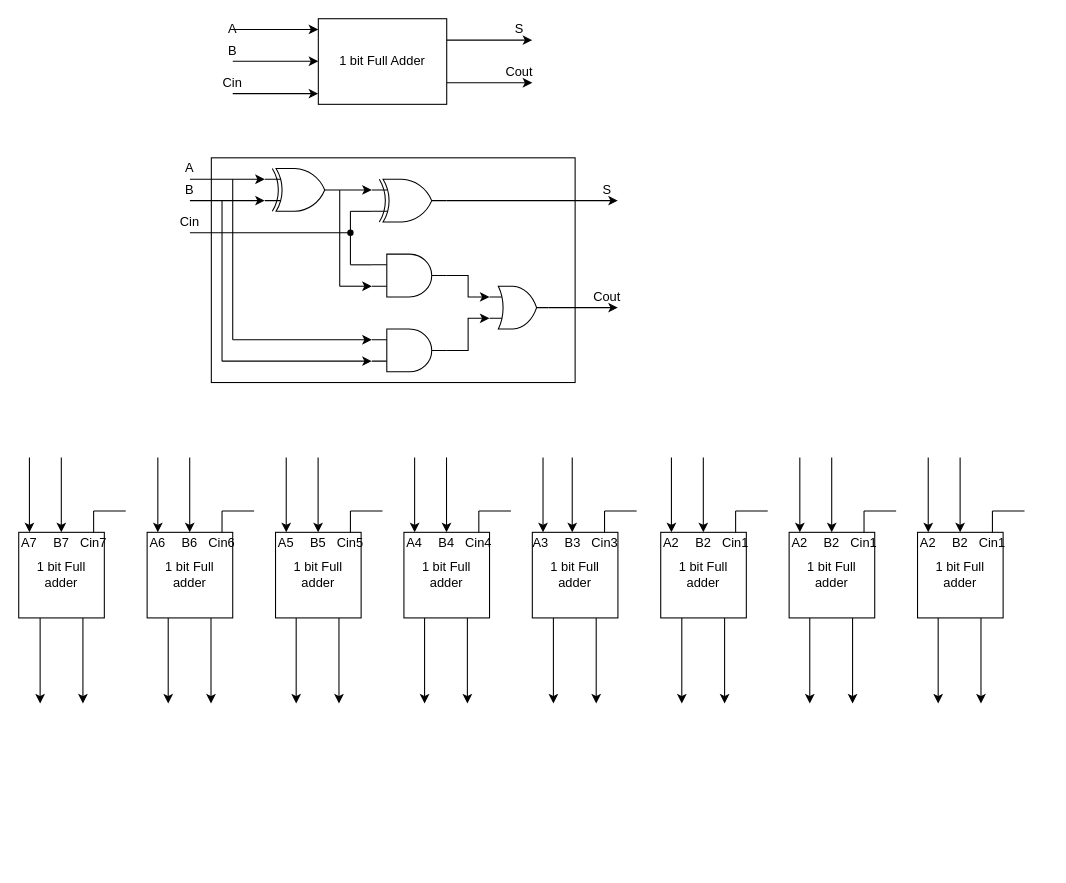
The draw.io diagram page "8 bit Full Adder" (4 of 7) of ALU block.drawio in 106210049/8-bit-ALU-SystemVerilog, before the edit. Source tidied: cells renumbered, new cells numbered last; positions are measured from the earlier drawing's top-left corner, leaving out a move shared by most shapes. Both pictures are drawn from the tidied source at 107%, with x=0, y=0 at pixel (18, 18).
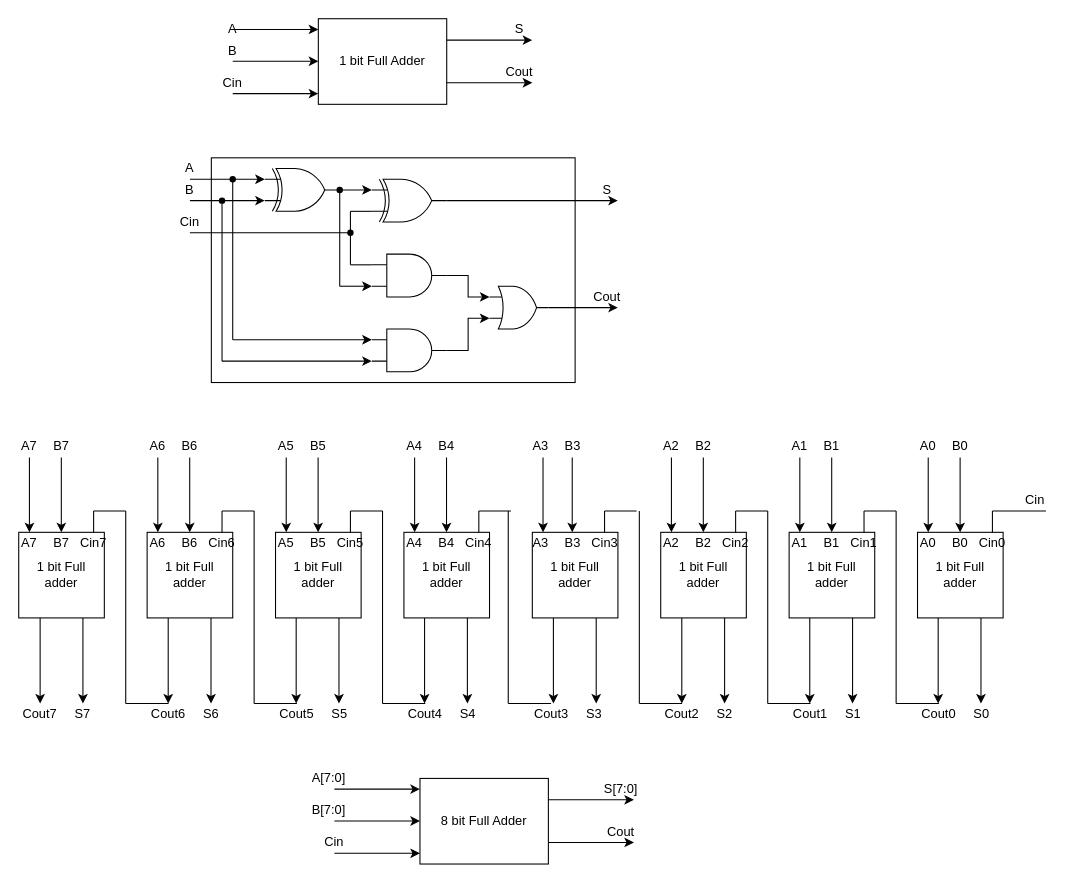
After the change.

Diff of the diagram source:
```diff
@@
-    <mxCell id="87" value="Cin1" style="text;strokeColor=none;align=center;fillColor=none;html=1;verticalAlign=middle;whiteSpace=wrap;rounded=0;" parent="1" vertex="1">
+    <mxCell id="87" value="Cin2" style="text;strokeColor=none;align=center;fillColor=none;html=1;verticalAlign=middle;whiteSpace=wrap;rounded=0;" parent="1" vertex="1">
       <mxGeometry x="660" y="480" width="20" height="20" as="geometry" />
     </mxCell>
@@
-    <mxCell id="93" value="A2" style="text;strokeColor=none;align=center;fillColor=none;html=1;verticalAlign=middle;whiteSpace=wrap;rounded=0;" parent="1" vertex="1">
+    <mxCell id="93" value="A1" style="text;strokeColor=none;align=center;fillColor=none;html=1;verticalAlign=middle;whiteSpace=wrap;rounded=0;" parent="1" vertex="1">
       <mxGeometry x="720" y="480" width="20" height="20" as="geometry" />
     </mxCell>
-    <mxCell id="94" value="B2" style="text;strokeColor=none;align=center;fillColor=none;html=1;verticalAlign=middle;whiteSpace=wrap;rounded=0;" parent="1" vertex="1">
+    <mxCell id="94" value="B1" style="text;strokeColor=none;align=center;fillColor=none;html=1;verticalAlign=middle;whiteSpace=wrap;rounded=0;" parent="1" vertex="1">
       <mxGeometry x="750" y="480" width="20" height="20" as="geometry" />
     </mxCell>
@@
-    <mxCell id="101" value="A2" style="text;strokeColor=none;align=center;fillColor=none;html=1;verticalAlign=middle;whiteSpace=wrap;rounded=0;" parent="1" vertex="1">
+    <mxCell id="101" value="A0" style="text;strokeColor=none;align=center;fillColor=none;html=1;verticalAlign=middle;whiteSpace=wrap;rounded=0;" parent="1" vertex="1">
       <mxGeometry x="840" y="480" width="20" height="20" as="geometry" />
     </mxCell>
-    <mxCell id="102" value="B2" style="text;strokeColor=none;align=center;fillColor=none;html=1;verticalAlign=middle;whiteSpace=wrap;rounded=0;" parent="1" vertex="1">
+    <mxCell id="102" value="B0" style="text;strokeColor=none;align=center;fillColor=none;html=1;verticalAlign=middle;whiteSpace=wrap;rounded=0;" parent="1" vertex="1">
       <mxGeometry x="870" y="480" width="20" height="20" as="geometry" />
     </mxCell>
-    <mxCell id="103" value="Cin1" style="text;strokeColor=none;align=center;fillColor=none;html=1;verticalAlign=middle;whiteSpace=wrap;rounded=0;" parent="1" vertex="1">
+    <mxCell id="103" value="Cin0" style="text;strokeColor=none;align=center;fillColor=none;html=1;verticalAlign=middle;whiteSpace=wrap;rounded=0;" parent="1" vertex="1">
       <mxGeometry x="900" y="480" width="20" height="20" as="geometry" />
     </mxCell>
@@
     <mxCell id="105" style="endArrow=none;html=1;rounded=0;" parent="1" edge="1">
       <mxGeometry relative="1" as="geometry">
         <mxPoint x="910" y="460" as="sourcePoint" />
-        <mxPoint x="940" y="460" as="targetPoint" />
+        <mxPoint x="960" y="460" as="targetPoint" />
       </mxGeometry>
     </mxCell>
@@
+    <mxCell id="122" style="endArrow=none;html=1;rounded=0;" parent="1" edge="1">
+      <mxGeometry relative="1" as="geometry">
+        <mxPoint x="100" y="640" as="sourcePoint" />
+        <mxPoint x="100" y="460" as="targetPoint" />
+      </mxGeometry>
+    </mxCell>
+    <mxCell id="123" style="endArrow=none;html=1;rounded=0;" parent="1" edge="1">
+      <mxGeometry relative="1" as="geometry">
+        <mxPoint x="100" y="640" as="sourcePoint" />
+        <mxPoint x="140" y="640" as="targetPoint" />
+      </mxGeometry>
+    </mxCell>
+    <mxCell id="124" style="endArrow=none;html=1;rounded=0;" parent="1" edge="1">
+      <mxGeometry relative="1" as="geometry">
+        <mxPoint x="220" y="640" as="sourcePoint" />
+        <mxPoint x="260" y="640" as="targetPoint" />
+      </mxGeometry>
+    </mxCell>
+    <mxCell id="125" style="endArrow=none;html=1;rounded=0;" parent="1" edge="1">
+      <mxGeometry relative="1" as="geometry">
+        <mxPoint x="220" y="640" as="sourcePoint" />
+        <mxPoint x="220" y="460" as="targetPoint" />
+      </mxGeometry>
+    </mxCell>
+    <mxCell id="126" style="endArrow=none;html=1;rounded=0;" parent="1" edge="1">
+      <mxGeometry relative="1" as="geometry">
+        <mxPoint x="340" y="640" as="sourcePoint" />
+        <mxPoint x="380" y="640" as="targetPoint" />
+      </mxGeometry>
+    </mxCell>
+    <mxCell id="127" style="endArrow=none;html=1;rounded=0;" parent="1" edge="1">
+      <mxGeometry relative="1" as="geometry">
+        <mxPoint x="340" y="640" as="sourcePoint" />
+        <mxPoint x="340" y="460" as="targetPoint" />
+      </mxGeometry>
+    </mxCell>
+    <mxCell id="128" style="endArrow=none;html=1;rounded=0;" parent="1" edge="1">
+      <mxGeometry relative="1" as="geometry">
+        <mxPoint x="457.5" y="640" as="sourcePoint" />
+        <mxPoint x="497.5" y="640" as="targetPoint" />
+      </mxGeometry>
+    </mxCell>
+    <mxCell id="129" style="endArrow=none;html=1;rounded=0;" parent="1" edge="1">
+      <mxGeometry relative="1" as="geometry">
+        <mxPoint x="457.5" y="640" as="sourcePoint" />
+        <mxPoint x="457.5" y="460" as="targetPoint" />
+      </mxGeometry>
+    </mxCell>
+    <mxCell id="130" style="endArrow=none;html=1;rounded=0;" parent="1" edge="1">
+      <mxGeometry relative="1" as="geometry">
+        <mxPoint x="580" y="640" as="sourcePoint" />
+        <mxPoint x="620" y="640" as="targetPoint" />
+      </mxGeometry>
+    </mxCell>
+    <mxCell id="131" style="endArrow=none;html=1;rounded=0;" parent="1" edge="1">
+      <mxGeometry relative="1" as="geometry">
+        <mxPoint x="580" y="640" as="sourcePoint" />
+        <mxPoint x="580" y="460" as="targetPoint" />
+      </mxGeometry>
+    </mxCell>
+    <mxCell id="132" style="endArrow=none;html=1;rounded=0;" parent="1" edge="1">
+      <mxGeometry relative="1" as="geometry">
+        <mxPoint x="700" y="640" as="sourcePoint" />
+        <mxPoint x="740" y="640" as="targetPoint" />
+      </mxGeometry>
+    </mxCell>
+    <mxCell id="133" style="endArrow=none;html=1;rounded=0;" parent="1" edge="1">
+      <mxGeometry relative="1" as="geometry">
+        <mxPoint x="700" y="640" as="sourcePoint" />
+        <mxPoint x="700" y="460" as="targetPoint" />
+      </mxGeometry>
+    </mxCell>
+    <mxCell id="134" style="endArrow=none;html=1;rounded=0;" parent="1" edge="1">
+      <mxGeometry relative="1" as="geometry">
+        <mxPoint x="820" y="640" as="sourcePoint" />
+        <mxPoint x="860" y="640" as="targetPoint" />
+      </mxGeometry>
+    </mxCell>
+    <mxCell id="135" style="endArrow=none;html=1;rounded=0;" parent="1" edge="1">
+      <mxGeometry relative="1" as="geometry">
+        <mxPoint x="820" y="640" as="sourcePoint" />
+        <mxPoint x="820" y="460" as="targetPoint" />
+      </mxGeometry>
+    </mxCell>
+    <mxCell id="136" value="A7" style="text;strokeColor=none;align=center;fillColor=none;html=1;verticalAlign=middle;whiteSpace=wrap;rounded=0;" parent="1" vertex="1">
+      <mxGeometry y="390" width="20" height="20" as="geometry" />
+    </mxCell>
+    <mxCell id="137" value="B7" style="text;strokeColor=none;align=center;fillColor=none;html=1;verticalAlign=middle;whiteSpace=wrap;rounded=0;" parent="1" vertex="1">
+      <mxGeometry x="30" y="390" width="20" height="20" as="geometry" />
+    </mxCell>
+    <mxCell id="138" value="A6" style="text;strokeColor=none;align=center;fillColor=none;html=1;verticalAlign=middle;whiteSpace=wrap;rounded=0;" parent="1" vertex="1">
+      <mxGeometry x="120" y="390" width="20" height="20" as="geometry" />
+    </mxCell>
+    <mxCell id="139" value="B6" style="text;strokeColor=none;align=center;fillColor=none;html=1;verticalAlign=middle;whiteSpace=wrap;rounded=0;" parent="1" vertex="1">
+      <mxGeometry x="150" y="390" width="20" height="20" as="geometry" />
+    </mxCell>
+    <mxCell id="140" value="A5" style="text;strokeColor=none;align=center;fillColor=none;html=1;verticalAlign=middle;whiteSpace=wrap;rounded=0;" parent="1" vertex="1">
+      <mxGeometry x="240" y="390" width="20" height="20" as="geometry" />
+    </mxCell>
+    <mxCell id="141" value="B5" style="text;strokeColor=none;align=center;fillColor=none;html=1;verticalAlign=middle;whiteSpace=wrap;rounded=0;" parent="1" vertex="1">
+      <mxGeometry x="270" y="390" width="20" height="20" as="geometry" />
+    </mxCell>
+    <mxCell id="142" value="A4" style="text;strokeColor=none;align=center;fillColor=none;html=1;verticalAlign=middle;whiteSpace=wrap;rounded=0;" parent="1" vertex="1">
+      <mxGeometry x="360" y="390" width="20" height="20" as="geometry" />
+    </mxCell>
+    <mxCell id="143" value="B4" style="text;strokeColor=none;align=center;fillColor=none;html=1;verticalAlign=middle;whiteSpace=wrap;rounded=0;" parent="1" vertex="1">
+      <mxGeometry x="390" y="390" width="20" height="20" as="geometry" />
+    </mxCell>
+    <mxCell id="144" value="A3" style="text;strokeColor=none;align=center;fillColor=none;html=1;verticalAlign=middle;whiteSpace=wrap;rounded=0;" parent="1" vertex="1">
+      <mxGeometry x="477.5" y="390" width="20" height="20" as="geometry" />
+    </mxCell>
+    <mxCell id="145" value="B3" style="text;strokeColor=none;align=center;fillColor=none;html=1;verticalAlign=middle;whiteSpace=wrap;rounded=0;" parent="1" vertex="1">
+      <mxGeometry x="507.5" y="390" width="20" height="20" as="geometry" />
+    </mxCell>
+    <mxCell id="146" value="A2" style="text;strokeColor=none;align=center;fillColor=none;html=1;verticalAlign=middle;whiteSpace=wrap;rounded=0;" parent="1" vertex="1">
+      <mxGeometry x="600" y="390" width="20" height="20" as="geometry" />
+    </mxCell>
+    <mxCell id="147" value="B2" style="text;strokeColor=none;align=center;fillColor=none;html=1;verticalAlign=middle;whiteSpace=wrap;rounded=0;" parent="1" vertex="1">
+      <mxGeometry x="630" y="390" width="20" height="20" as="geometry" />
+    </mxCell>
+    <mxCell id="148" value="B1" style="text;strokeColor=none;align=center;fillColor=none;html=1;verticalAlign=middle;whiteSpace=wrap;rounded=0;" parent="1" vertex="1">
+      <mxGeometry x="750" y="390" width="20" height="20" as="geometry" />
+    </mxCell>
+    <mxCell id="149" value="A1" style="text;strokeColor=none;align=center;fillColor=none;html=1;verticalAlign=middle;whiteSpace=wrap;rounded=0;" parent="1" vertex="1">
+      <mxGeometry x="720" y="390" width="20" height="20" as="geometry" />
+    </mxCell>
+    <mxCell id="150" value="A0" style="text;strokeColor=none;align=center;fillColor=none;html=1;verticalAlign=middle;whiteSpace=wrap;rounded=0;" parent="1" vertex="1">
+      <mxGeometry x="840" y="390" width="20" height="20" as="geometry" />
+    </mxCell>
+    <mxCell id="151" value="B0" style="text;strokeColor=none;align=center;fillColor=none;html=1;verticalAlign=middle;whiteSpace=wrap;rounded=0;" parent="1" vertex="1">
+      <mxGeometry x="870" y="390" width="20" height="20" as="geometry" />
+    </mxCell>
+    <mxCell id="152" value="Cin" style="text;strokeColor=none;align=center;fillColor=none;html=1;verticalAlign=middle;whiteSpace=wrap;rounded=0;" parent="1" vertex="1">
+      <mxGeometry x="940" y="440" width="20" height="20" as="geometry" />
+    </mxCell>
+    <mxCell id="153" value="S7" style="text;strokeColor=none;align=center;fillColor=none;html=1;verticalAlign=middle;whiteSpace=wrap;rounded=0;" parent="1" vertex="1">
+      <mxGeometry x="50" y="640" width="20" height="20" as="geometry" />
+    </mxCell>
+    <mxCell id="154" value="S6" style="text;strokeColor=none;align=center;fillColor=none;html=1;verticalAlign=middle;whiteSpace=wrap;rounded=0;" parent="1" vertex="1">
+      <mxGeometry x="170" y="640" width="20" height="20" as="geometry" />
+    </mxCell>
+    <mxCell id="155" value="S5" style="text;strokeColor=none;align=center;fillColor=none;html=1;verticalAlign=middle;whiteSpace=wrap;rounded=0;" parent="1" vertex="1">
+      <mxGeometry x="290" y="640" width="20" height="20" as="geometry" />
+    </mxCell>
+    <mxCell id="156" value="S4" style="text;strokeColor=none;align=center;fillColor=none;html=1;verticalAlign=middle;whiteSpace=wrap;rounded=0;" parent="1" vertex="1">
+      <mxGeometry x="410" y="640" width="20" height="20" as="geometry" />
+    </mxCell>
+    <mxCell id="157" value="S3" style="text;strokeColor=none;align=center;fillColor=none;html=1;verticalAlign=middle;whiteSpace=wrap;rounded=0;" parent="1" vertex="1">
+      <mxGeometry x="527.5" y="640" width="20" height="20" as="geometry" />
+    </mxCell>
+    <mxCell id="158" value="S2" style="text;strokeColor=none;align=center;fillColor=none;html=1;verticalAlign=middle;whiteSpace=wrap;rounded=0;" parent="1" vertex="1">
+      <mxGeometry x="650" y="640" width="20" height="20" as="geometry" />
+    </mxCell>
+    <mxCell id="159" value="S1" style="text;strokeColor=none;align=center;fillColor=none;html=1;verticalAlign=middle;whiteSpace=wrap;rounded=0;" parent="1" vertex="1">
+      <mxGeometry x="770" y="640" width="20" height="20" as="geometry" />
+    </mxCell>
+    <mxCell id="160" value="S0" style="text;strokeColor=none;align=center;fillColor=none;html=1;verticalAlign=middle;whiteSpace=wrap;rounded=0;" parent="1" vertex="1">
+      <mxGeometry x="890" y="640" width="20" height="20" as="geometry" />
+    </mxCell>
+    <mxCell id="161" value="Cout7" style="text;strokeColor=none;align=center;fillColor=none;html=1;verticalAlign=middle;whiteSpace=wrap;rounded=0;" parent="1" vertex="1">
+      <mxGeometry x="10" y="640" width="20" height="20" as="geometry" />
+    </mxCell>
+    <mxCell id="162" value="Cout6" style="text;strokeColor=none;align=center;fillColor=none;html=1;verticalAlign=middle;whiteSpace=wrap;rounded=0;" parent="1" vertex="1">
+      <mxGeometry x="130" y="640" width="20" height="20" as="geometry" />
+    </mxCell>
+    <mxCell id="163" value="Cout5" style="text;strokeColor=none;align=center;fillColor=none;html=1;verticalAlign=middle;whiteSpace=wrap;rounded=0;" parent="1" vertex="1">
+      <mxGeometry x="250" y="640" width="20" height="20" as="geometry" />
+    </mxCell>
+    <mxCell id="164" value="Cout4" style="text;strokeColor=none;align=center;fillColor=none;html=1;verticalAlign=middle;whiteSpace=wrap;rounded=0;" parent="1" vertex="1">
+      <mxGeometry x="370" y="640" width="20" height="20" as="geometry" />
+    </mxCell>
+    <mxCell id="165" value="Cout3" style="text;strokeColor=none;align=center;fillColor=none;html=1;verticalAlign=middle;whiteSpace=wrap;rounded=0;" parent="1" vertex="1">
+      <mxGeometry x="487.5" y="640" width="20" height="20" as="geometry" />
+    </mxCell>
+    <mxCell id="166" value="Cout2" style="text;strokeColor=none;align=center;fillColor=none;html=1;verticalAlign=middle;whiteSpace=wrap;rounded=0;" parent="1" vertex="1">
+      <mxGeometry x="610" y="640" width="20" height="20" as="geometry" />
+    </mxCell>
+    <mxCell id="167" value="Cout1" style="text;strokeColor=none;align=center;fillColor=none;html=1;verticalAlign=middle;whiteSpace=wrap;rounded=0;" parent="1" vertex="1">
+      <mxGeometry x="730" y="640" width="20" height="20" as="geometry" />
+    </mxCell>
+    <mxCell id="168" value="Cout0" style="text;strokeColor=none;align=center;fillColor=none;html=1;verticalAlign=middle;whiteSpace=wrap;rounded=0;" parent="1" vertex="1">
+      <mxGeometry x="850" y="640" width="20" height="20" as="geometry" />
+    </mxCell>
+    <mxCell id="169" style="shape=waypoint;sketch=0;fillStyle=solid;size=6;fillColor=none;perimeter=centerPerimeter;" parent="1" vertex="1">
+      <mxGeometry x="290" y="150" width="20" height="20" as="geometry" />
+    </mxCell>
+    <mxCell id="170" style="shape=waypoint;sketch=0;fillStyle=solid;size=6;fillColor=none;perimeter=centerPerimeter;" parent="1" vertex="1">
+      <mxGeometry x="190" y="140" width="20" height="20" as="geometry" />
+    </mxCell>
+    <mxCell id="171" style="shape=waypoint;sketch=0;fillStyle=solid;size=6;fillColor=none;perimeter=centerPerimeter;" parent="1" vertex="1">
+      <mxGeometry x="180" y="160" width="20" height="20" as="geometry" />
+    </mxCell>
+    <mxCell id="172" value="8 bit Full Adder" style="rounded=0;whiteSpace=wrap;html=1;" parent="1" vertex="1">
+      <mxGeometry x="375" y="710" width="120" height="80" as="geometry" />
+    </mxCell>
+    <mxCell id="173" style="endArrow=classic;html=1;rounded=0;" parent="1" edge="1">
+      <mxGeometry relative="1" as="geometry">
+        <mxPoint x="295" y="720" as="sourcePoint" />
+        <mxPoint x="375" y="720" as="targetPoint" />
+      </mxGeometry>
+    </mxCell>
+    <mxCell id="174" style="endArrow=classic;html=1;rounded=0;" parent="1" edge="1">
+      <mxGeometry relative="1" as="geometry">
+        <mxPoint x="295" y="749.8" as="sourcePoint" />
+        <mxPoint x="375" y="749.8" as="targetPoint" />
+      </mxGeometry>
+    </mxCell>
+    <mxCell id="175" style="endArrow=classic;html=1;rounded=0;" parent="1" edge="1">
+      <mxGeometry relative="1" as="geometry">
+        <mxPoint x="295" y="780" as="sourcePoint" />
+        <mxPoint x="375" y="780" as="targetPoint" />
+      </mxGeometry>
+    </mxCell>
+    <mxCell id="176" value="A[7:0]" style="text;strokeColor=none;align=center;fillColor=none;html=1;verticalAlign=middle;whiteSpace=wrap;rounded=0;" parent="1" vertex="1">
+      <mxGeometry x="280" y="700" width="20" height="20" as="geometry" />
+    </mxCell>
+    <mxCell id="177" value="B[7:0]" style="text;strokeColor=none;align=center;fillColor=none;html=1;verticalAlign=middle;whiteSpace=wrap;rounded=0;" parent="1" vertex="1">
+      <mxGeometry x="280" y="730" width="20" height="20" as="geometry" />
+    </mxCell>
+    <mxCell id="178" value="Cin" style="text;strokeColor=none;align=center;fillColor=none;html=1;verticalAlign=middle;whiteSpace=wrap;rounded=0;" parent="1" vertex="1">
+      <mxGeometry x="285" y="760" width="20" height="20" as="geometry" />
+    </mxCell>
+    <mxCell id="179" style="endArrow=classic;html=1;rounded=0;" parent="1" edge="1">
+      <mxGeometry relative="1" as="geometry">
+        <mxPoint x="495" y="730" as="sourcePoint" />
+        <mxPoint x="575" y="730" as="targetPoint" />
+      </mxGeometry>
+    </mxCell>
+    <mxCell id="180" style="endArrow=classic;html=1;rounded=0;" parent="1" edge="1">
+      <mxGeometry relative="1" as="geometry">
+        <mxPoint x="495" y="769.8" as="sourcePoint" />
+        <mxPoint x="575" y="769.8" as="targetPoint" />
+      </mxGeometry>
+    </mxCell>
+    <mxCell id="181" value="S[7:0]" style="text;strokeColor=none;align=center;fillColor=none;html=1;verticalAlign=middle;whiteSpace=wrap;rounded=0;" parent="1" vertex="1">
+      <mxGeometry x="552.5" y="710" width="20" height="20" as="geometry" />
+    </mxCell>
+    <mxCell id="182" value="Cout" style="text;strokeColor=none;align=center;fillColor=none;html=1;verticalAlign=middle;whiteSpace=wrap;rounded=0;" parent="1" vertex="1">
+      <mxGeometry x="552.5" y="750" width="20" height="20" as="geometry" />
+    </mxCell>
```
